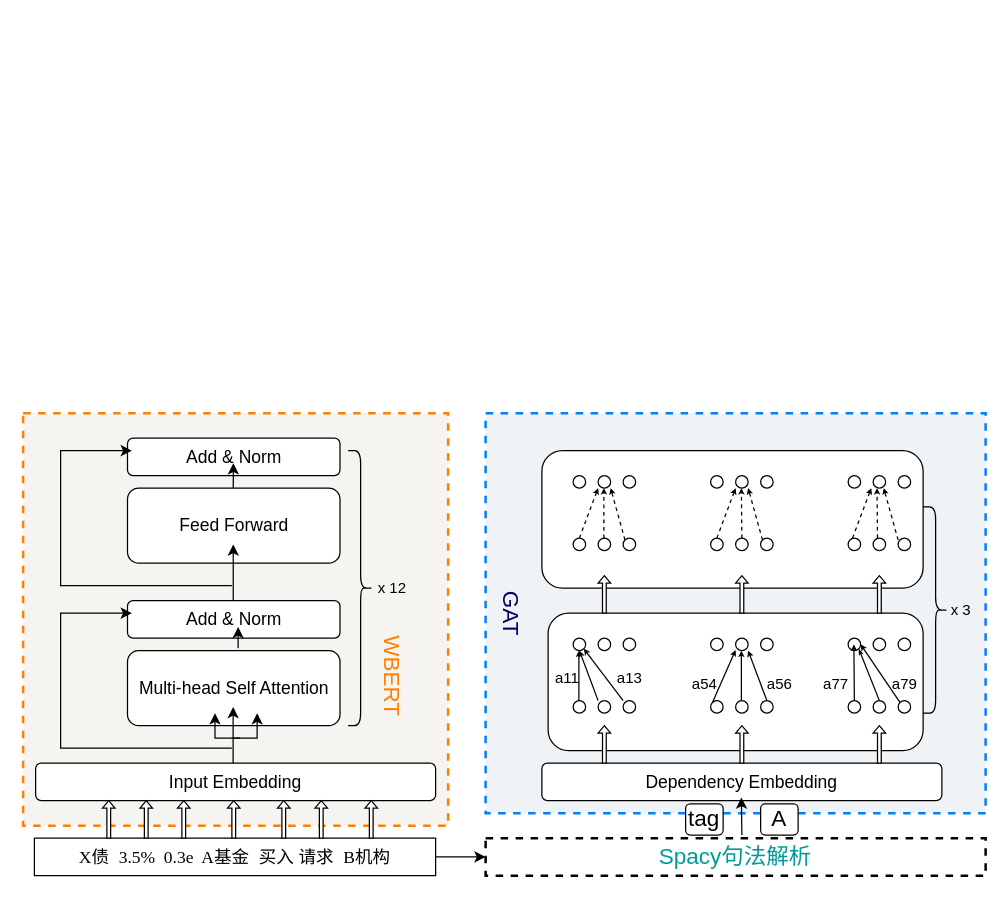
Above: 一种句法依存的现券交易对手方识别装置.drawio in Zoisaang/test1 (draw.io), before the change. Source tidied: cells renumbered, new cells numbered last; positions are measured from the earlier drawing's top-left corner, leaving out a move shared by most shapes. Both pictures are drawn from the tidied source at 125%, with x=0, y=0 at pixel (22, 412).
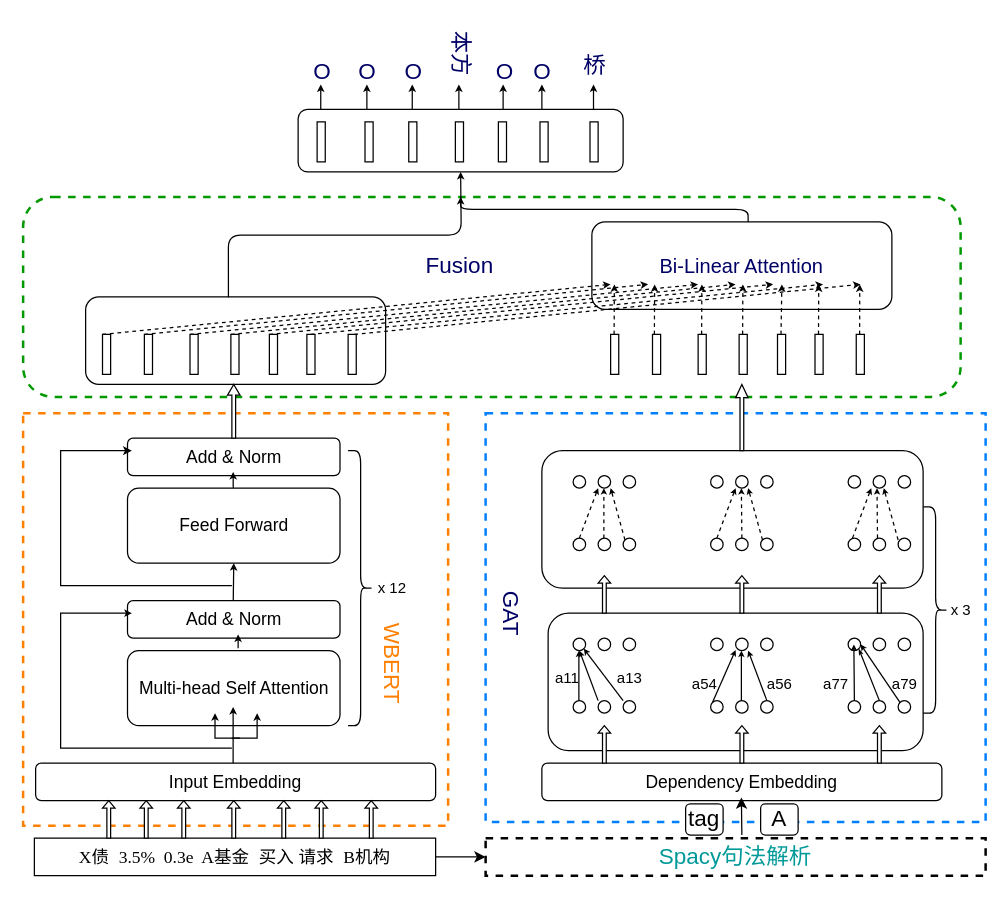
The same page after the edit.

Commit message (it also covers changes not shown here):
Update 一种句法依存的现券交易对手方识别装置.drawio

The change refers to these unchanged cells:
```xml
<mxCell id="22" value="Feed Forward" style="rounded=1;whiteSpace=wrap;html=1;fontSize=14;strokeWidth=1;" parent="1" vertex="1">
  <mxGeometry x="83.5" y="60" width="170" height="60" as="geometry" />
</mxCell>
```

Change to the diagram source:
```diff
@@
+    <mxCell id="106" style="rounded=1;whiteSpace=wrap;html=1;sketch=0;fontSize=16;fontColor=#000066;strokeColor=#009900;strokeWidth=2;fillColor=#FFFFFF;dashed=1;" parent="1" vertex="1">
+      <mxGeometry y="-173" width="750" height="160" as="geometry" />
+    </mxCell>
+    <mxCell id="107" style="rounded=1;whiteSpace=wrap;html=1;sketch=0;fontSize=16;fontColor=#000066;strokeColor=#000000;strokeWidth=1;fillColor=#FFFFFF;" parent="1" vertex="1">
+      <mxGeometry x="220" y="-243" width="260" height="50" as="geometry" />
+    </mxCell>
+    <mxCell id="108" style="rounded=1;whiteSpace=wrap;html=1;sketch=0;fontSize=16;fontColor=#000066;strokeColor=#000000;strokeWidth=1;fillColor=#FFFFFF;" parent="1" vertex="1">
+      <mxGeometry x="50" y="-93" width="240" height="70" as="geometry" />
+    </mxCell>
+    <mxCell id="109" value="&lt;font style=&quot;font-size: 16px&quot;&gt;Bi-Linear Attention&lt;/font&gt;" style="rounded=1;whiteSpace=wrap;html=1;sketch=0;fontSize=12;fontColor=#000066;strokeColor=#000000;strokeWidth=1;fillColor=#FFFFFF;" parent="1" vertex="1">
+      <mxGeometry x="455" y="-153" width="240" height="70" as="geometry" />
+    </mxCell>
-    <mxCell id="2" style="rounded=0;whiteSpace=wrap;html=1;sketch=0;fontSize=18;dashed=1;strokeWidth=2;fillColor=#F0F3F5;strokeColor=#007FFF;fontColor=#333333;" parent="1" vertex="1">
-      <mxGeometry x="370" width="400" height="320" as="geometry" />
+    <mxCell id="2" style="rounded=0;whiteSpace=wrap;html=1;sketch=0;fontSize=18;dashed=1;strokeWidth=2;fillColor=#FFFFFF;strokeColor=#007FFF;fontColor=#333333;" parent="1" vertex="1">
+      <mxGeometry x="370" width="400" height="327" as="geometry" />
     </mxCell>
@@
-    <mxCell id="4" style="rounded=0;whiteSpace=wrap;html=1;sketch=0;fontSize=18;dashed=1;strokeWidth=2;fillColor=#F5F4F0;strokeColor=#FF8000;fontColor=#333333;" parent="1" vertex="1">
+    <mxCell id="4" style="rounded=0;whiteSpace=wrap;html=1;sketch=0;fontSize=18;dashed=1;strokeWidth=2;fillColor=#FFFFFF;strokeColor=#FF8000;fontColor=#333333;" parent="1" vertex="1">
       <mxGeometry width="340" height="330" as="geometry" />
     </mxCell>
@@
-    <mxCell id="17" style="edgeStyle=elbowEdgeStyle;elbow=horizontal;endArrow=classic;html=1;rounded=0;fontSize=14;exitX=0;exitY=0;exitDx=12;exitDy=3.5;exitPerimeter=0;" parent="1" edge="1">
+    <mxCell id="17" style="edgeStyle=elbowEdgeStyle;elbow=horizontal;endArrow=classic;html=1;rounded=0;fontSize=14;exitX=0;exitY=0;exitDx=12;exitDy=3.5;exitPerimeter=0;endSize=3;" parent="1" edge="1">
       <mxGeometry relative="1" as="geometry">
         <mxPoint x="167" y="268" as="sourcePoint" />
         <mxPoint x="87" y="160" as="targetPoint" />
         <Array as="points">
           <mxPoint x="30" y="180" />
           <mxPoint x="60" y="160" />
           <mxPoint x="40" y="180" />
           <mxPoint x="60" y="170" />
           <mxPoint x="63.5" y="190" />
         </Array>
       </mxGeometry>
     </mxCell>
-    <mxCell id="18" style="endArrow=classic;html=1;rounded=0;fontSize=14;" parent="1" edge="1">
+    <mxCell id="18" style="endArrow=classic;html=1;rounded=0;fontSize=14;endSize=3;" parent="1" edge="1">
       <mxGeometry relative="1" as="geometry">
         <mxPoint x="168" y="280" as="sourcePoint" />
         <mxPoint x="168" y="235" as="targetPoint" />
       </mxGeometry>
     </mxCell>
-    <mxCell id="19" style="edgeStyle=segmentEdgeStyle;endArrow=classic;html=1;rounded=0;fontSize=14;endSize=6;" parent="1" edge="1">
+    <mxCell id="19" style="edgeStyle=segmentEdgeStyle;endArrow=classic;html=1;rounded=0;fontSize=14;endSize=3;" parent="1" edge="1">
       <mxGeometry relative="1" as="geometry">
         <mxPoint x="166.8" y="260" as="sourcePoint" />
         <mxPoint x="187.2" y="240" as="targetPoint" />
       </mxGeometry>
     </mxCell>
-    <mxCell id="20" style="edgeStyle=segmentEdgeStyle;endArrow=classic;html=1;rounded=0;fontSize=14;endSize=6;" parent="1" edge="1">
+    <mxCell id="20" style="edgeStyle=segmentEdgeStyle;endArrow=classic;html=1;rounded=0;fontSize=14;endSize=3;" parent="1" edge="1">
       <mxGeometry relative="1" as="geometry">
         <mxPoint x="173.5" y="260" as="sourcePoint" />
         <mxPoint x="153.5" y="240" as="targetPoint" />
       </mxGeometry>
     </mxCell>
-    <mxCell id="21" style="endArrow=classic;html=1;rounded=0;fontSize=14;endSize=6;targetPerimeterSpacing=10;sourcePerimeterSpacing=10;jumpStyle=sharp;jumpSize=16;" parent="1" edge="1">
+    <mxCell id="21" style="endArrow=classic;html=1;rounded=0;fontSize=14;endSize=3;targetPerimeterSpacing=10;sourcePerimeterSpacing=10;jumpStyle=sharp;jumpSize=16;" parent="1" edge="1">
       <mxGeometry relative="1" as="geometry">
         <mxPoint x="172" y="188" as="sourcePoint" />
-        <mxPoint x="172" y="171" as="targetPoint" />
+        <mxPoint x="172" y="177" as="targetPoint" />
       </mxGeometry>
     </mxCell>
@@
-    <mxCell id="23" style="endArrow=classic;html=1;rounded=0;fontSize=14;" parent="1" edge="1">
+    <mxCell id="23" style="endArrow=classic;html=1;rounded=0;fontSize=14;endSize=3;entryX=0.5;entryY=1;entryDx=0;entryDy=0;" parent="1" edge="1" target="22">
       <mxGeometry relative="1" as="geometry">
         <mxPoint x="168.1" y="150" as="sourcePoint" />
-        <mxPoint x="168.1" y="105" as="targetPoint" />
       </mxGeometry>
     </mxCell>
@@
-    <mxCell id="25" style="endArrow=classic;html=1;rounded=0;fontSize=14;endSize=6;sourcePerimeterSpacing=10;targetPerimeterSpacing=10;elbow=vertical;jumpStyle=sharp;jumpSize=16;" parent="1" edge="1">
+    <mxCell id="25" style="endArrow=classic;html=1;rounded=0;fontSize=14;endSize=3;sourcePerimeterSpacing=10;targetPerimeterSpacing=10;elbow=vertical;jumpStyle=sharp;jumpSize=16;" parent="1" edge="1">
       <mxGeometry relative="1" as="geometry">
         <mxPoint x="168.1" y="60" as="sourcePoint" />
-        <mxPoint x="168.2" y="40" as="targetPoint" />
+        <mxPoint x="168" y="47" as="targetPoint" />
       </mxGeometry>
     </mxCell>
-    <mxCell id="26" style="edgeStyle=elbowEdgeStyle;elbow=horizontal;endArrow=classic;html=1;rounded=0;fontSize=14;exitX=0;exitY=0;exitDx=12;exitDy=3.5;exitPerimeter=0;" parent="1" edge="1">
+    <mxCell id="26" style="edgeStyle=elbowEdgeStyle;elbow=horizontal;endArrow=classic;html=1;rounded=0;fontSize=14;exitX=0;exitY=0;exitDx=12;exitDy=3.5;exitPerimeter=0;endSize=4;" parent="1" edge="1">
       <mxGeometry relative="1" as="geometry">
         <mxPoint x="167" y="138" as="sourcePoint" />
         <mxPoint x="87" y="30" as="targetPoint" />
         <Array as="points">
           <mxPoint x="30" y="50" />
           <mxPoint x="60" y="30" />
           <mxPoint x="40" y="50" />
           <mxPoint x="60" y="40" />
           <mxPoint x="63.5" y="60" />
         </Array>
       </mxGeometry>
     </mxCell>
@@
     <mxCell id="29" value="&lt;font style=&quot;font-size: 18px&quot; color=&quot;#ff8000&quot;&gt;WBERT&lt;/font&gt;" style="text;html=1;align=center;verticalAlign=middle;fillColor=none;strokeColor=none;rounded=0;sketch=0;rotation=90;" parent="1" vertex="1">
-      <mxGeometry x="255" y="200" width="80" height="20" as="geometry" />
+      <mxGeometry x="255" y="190" width="80" height="20" as="geometry" />
     </mxCell>
@@
+    <mxCell id="110" style="shape=singleArrow;direction=north;whiteSpace=wrap;html=1;fontSize=14;strokeWidth=1;" parent="1" vertex="1">
+      <mxGeometry x="163.5" y="-23" width="10" height="43" as="geometry" />
+    </mxCell>
+    <mxCell id="111" style="shape=singleArrow;direction=north;whiteSpace=wrap;html=1;fontSize=14;strokeWidth=1;" parent="1" vertex="1">
+      <mxGeometry x="570" y="-23" width="10" height="53" as="geometry" />
+    </mxCell>
+    <mxCell id="112" style="rounded=0;whiteSpace=wrap;html=1;sketch=0;fontSize=12;fontColor=#000066;strokeColor=#000000;strokeWidth=1;fillColor=#FFFFFF;" parent="1" vertex="1">
+      <mxGeometry x="63.5" y="-63" width="6.5" height="32" as="geometry" />
+    </mxCell>
+    <mxCell id="113" style="rounded=0;whiteSpace=wrap;html=1;sketch=0;fontSize=12;fontColor=#000066;strokeColor=#000000;strokeWidth=1;fillColor=#FFFFFF;" parent="1" vertex="1">
+      <mxGeometry x="97" y="-63" width="6.5" height="32" as="geometry" />
+    </mxCell>
+    <mxCell id="114" style="rounded=0;whiteSpace=wrap;html=1;sketch=0;fontSize=12;fontColor=#000066;strokeColor=#000000;strokeWidth=1;fillColor=#FFFFFF;" parent="1" vertex="1">
+      <mxGeometry x="133.5" y="-63" width="6.5" height="32" as="geometry" />
+    </mxCell>
+    <mxCell id="115" style="rounded=0;whiteSpace=wrap;html=1;sketch=0;fontSize=12;fontColor=#000066;strokeColor=#000000;strokeWidth=1;fillColor=#FFFFFF;" parent="1" vertex="1">
+      <mxGeometry x="166.2" y="-63" width="6.5" height="32" as="geometry" />
+    </mxCell>
+    <mxCell id="116" style="rounded=0;whiteSpace=wrap;html=1;sketch=0;fontSize=12;fontColor=#000066;strokeColor=#000000;strokeWidth=1;fillColor=#FFFFFF;" parent="1" vertex="1">
+      <mxGeometry x="197" y="-63" width="6.5" height="32" as="geometry" />
+    </mxCell>
+    <mxCell id="117" style="rounded=0;whiteSpace=wrap;html=1;sketch=0;fontSize=12;fontColor=#000066;strokeColor=#000000;strokeWidth=1;fillColor=#FFFFFF;" parent="1" vertex="1">
+      <mxGeometry x="227" y="-63" width="6.5" height="32" as="geometry" />
+    </mxCell>
+    <mxCell id="118" style="rounded=0;whiteSpace=wrap;html=1;sketch=0;fontSize=12;fontColor=#000066;strokeColor=#000000;strokeWidth=1;fillColor=#FFFFFF;" parent="1" vertex="1">
+      <mxGeometry x="260" y="-63" width="6.5" height="32" as="geometry" />
+    </mxCell>
+    <mxCell id="119" style="rounded=0;whiteSpace=wrap;html=1;sketch=0;fontSize=12;fontColor=#000066;strokeColor=#000000;strokeWidth=1;fillColor=#FFFFFF;" parent="1" vertex="1">
+      <mxGeometry x="470" y="-63" width="6.5" height="32" as="geometry" />
+    </mxCell>
+    <mxCell id="120" style="rounded=0;whiteSpace=wrap;html=1;sketch=0;fontSize=12;fontColor=#000066;strokeColor=#000000;strokeWidth=1;fillColor=#FFFFFF;" parent="1" vertex="1">
+      <mxGeometry x="503.5" y="-63" width="6.5" height="32" as="geometry" />
+    </mxCell>
+    <mxCell id="121" style="rounded=0;whiteSpace=wrap;html=1;sketch=0;fontSize=12;fontColor=#000066;strokeColor=#000000;strokeWidth=1;fillColor=#FFFFFF;" parent="1" vertex="1">
+      <mxGeometry x="540" y="-63" width="6.5" height="32" as="geometry" />
+    </mxCell>
+    <mxCell id="122" style="rounded=0;whiteSpace=wrap;html=1;sketch=0;fontSize=12;fontColor=#000066;strokeColor=#000000;strokeWidth=1;fillColor=#FFFFFF;" parent="1" vertex="1">
+      <mxGeometry x="572.8" y="-63" width="6.5" height="32" as="geometry" />
+    </mxCell>
+    <mxCell id="123" style="rounded=0;whiteSpace=wrap;html=1;sketch=0;fontSize=12;fontColor=#000066;strokeColor=#000000;strokeWidth=1;fillColor=#FFFFFF;" parent="1" vertex="1">
+      <mxGeometry x="603.5" y="-63" width="6.5" height="32" as="geometry" />
+    </mxCell>
+    <mxCell id="124" style="rounded=0;whiteSpace=wrap;html=1;sketch=0;fontSize=12;fontColor=#000066;strokeColor=#000000;strokeWidth=1;fillColor=#FFFFFF;" parent="1" vertex="1">
+      <mxGeometry x="633.5" y="-63" width="6.5" height="32" as="geometry" />
+    </mxCell>
+    <mxCell id="125" style="rounded=0;whiteSpace=wrap;html=1;sketch=0;fontSize=12;fontColor=#000066;strokeColor=#000000;strokeWidth=1;fillColor=#FFFFFF;" parent="1" vertex="1">
+      <mxGeometry x="666.5" y="-63" width="6.5" height="32" as="geometry" />
+    </mxCell>
+    <mxCell id="126" style="endArrow=classic;html=1;rounded=1;dashed=1;sketch=0;fontSize=12;fontColor=#000066;endSize=3;elbow=vertical;" parent="1" edge="1">
+      <mxGeometry relative="1" as="geometry">
+        <mxPoint x="472.8" y="-63" as="sourcePoint" />
+        <mxPoint x="473" y="-103" as="targetPoint" />
+      </mxGeometry>
+    </mxCell>
+    <mxCell id="127" style="endArrow=classic;html=1;rounded=1;dashed=1;sketch=0;fontSize=12;fontColor=#000066;endSize=3;elbow=vertical;" parent="1" edge="1">
+      <mxGeometry relative="1" as="geometry">
+        <mxPoint x="63.5" y="-63" as="sourcePoint" />
+        <mxPoint x="470" y="-103" as="targetPoint" />
+      </mxGeometry>
+    </mxCell>
+    <mxCell id="128" style="endArrow=classic;html=1;rounded=1;dashed=1;sketch=0;fontSize=12;fontColor=#000066;endSize=3;elbow=vertical;" parent="1" edge="1">
+      <mxGeometry relative="1" as="geometry">
+        <mxPoint x="505" y="-63" as="sourcePoint" />
+        <mxPoint x="505.2" y="-103" as="targetPoint" />
+      </mxGeometry>
+    </mxCell>
+    <mxCell id="129" style="endArrow=classic;html=1;rounded=1;dashed=1;sketch=0;fontSize=12;fontColor=#000066;endSize=3;elbow=vertical;" parent="1" edge="1">
+      <mxGeometry relative="1" as="geometry">
+        <mxPoint x="542.8" y="-63" as="sourcePoint" />
+        <mxPoint x="543" y="-103" as="targetPoint" />
+      </mxGeometry>
+    </mxCell>
+    <mxCell id="130" style="endArrow=classic;html=1;rounded=1;dashed=1;sketch=0;fontSize=12;fontColor=#000066;endSize=3;elbow=vertical;" parent="1" edge="1">
+      <mxGeometry relative="1" as="geometry">
+        <mxPoint x="575.6" y="-63" as="sourcePoint" />
+        <mxPoint x="575.8" y="-103" as="targetPoint" />
+      </mxGeometry>
+    </mxCell>
+    <mxCell id="131" style="endArrow=classic;html=1;rounded=1;dashed=1;sketch=0;fontSize=12;fontColor=#000066;endSize=3;elbow=vertical;" parent="1" edge="1">
+      <mxGeometry relative="1" as="geometry">
+        <mxPoint x="606.3" y="-63" as="sourcePoint" />
+        <mxPoint x="607" y="-103" as="targetPoint" />
+      </mxGeometry>
+    </mxCell>
+    <mxCell id="132" style="endArrow=classic;html=1;rounded=1;dashed=1;sketch=0;fontSize=12;fontColor=#000066;endSize=3;elbow=vertical;" parent="1" edge="1">
+      <mxGeometry relative="1" as="geometry">
+        <mxPoint x="636.3" y="-63" as="sourcePoint" />
+        <mxPoint x="636.5" y="-103" as="targetPoint" />
+      </mxGeometry>
+    </mxCell>
+    <mxCell id="133" style="endArrow=classic;html=1;rounded=1;dashed=1;sketch=0;fontSize=12;fontColor=#000066;endSize=3;elbow=vertical;" parent="1" edge="1">
+      <mxGeometry relative="1" as="geometry">
+        <mxPoint x="669.2" y="-63" as="sourcePoint" />
+        <mxPoint x="669.3" y="-103" as="targetPoint" />
+      </mxGeometry>
+    </mxCell>
+    <mxCell id="134" style="endArrow=classic;html=1;rounded=1;dashed=1;sketch=0;fontSize=12;fontColor=#000066;endSize=3;elbow=vertical;" parent="1" edge="1">
+      <mxGeometry relative="1" as="geometry">
+        <mxPoint x="97" y="-63" as="sourcePoint" />
+        <mxPoint x="500" y="-103" as="targetPoint" />
+      </mxGeometry>
+    </mxCell>
+    <mxCell id="135" style="endArrow=classic;html=1;rounded=1;dashed=1;sketch=0;fontSize=12;fontColor=#000066;endSize=3;elbow=vertical;" parent="1" edge="1">
+      <mxGeometry relative="1" as="geometry">
+        <mxPoint x="133.5" y="-63" as="sourcePoint" />
+        <mxPoint x="540" y="-103" as="targetPoint" />
+      </mxGeometry>
+    </mxCell>
+    <mxCell id="136" style="endArrow=classic;html=1;rounded=1;dashed=1;sketch=0;fontSize=12;fontColor=#000066;endSize=3;elbow=vertical;" parent="1" edge="1">
+      <mxGeometry relative="1" as="geometry">
+        <mxPoint x="166.2" y="-63" as="sourcePoint" />
+        <mxPoint x="570" y="-103" as="targetPoint" />
+      </mxGeometry>
+    </mxCell>
+    <mxCell id="137" style="endArrow=classic;html=1;rounded=1;dashed=1;sketch=0;fontSize=12;fontColor=#000066;endSize=3;elbow=vertical;" parent="1" edge="1">
+      <mxGeometry relative="1" as="geometry">
+        <mxPoint x="197" y="-63" as="sourcePoint" />
+        <mxPoint x="600" y="-103" as="targetPoint" />
+      </mxGeometry>
+    </mxCell>
+    <mxCell id="138" style="endArrow=classic;html=1;rounded=1;dashed=1;sketch=0;fontSize=12;fontColor=#000066;endSize=3;elbow=vertical;" parent="1" edge="1">
+      <mxGeometry relative="1" as="geometry">
+        <mxPoint x="230" y="-63" as="sourcePoint" />
+        <mxPoint x="640" y="-103" as="targetPoint" />
+      </mxGeometry>
+    </mxCell>
+    <mxCell id="139" style="endArrow=classic;html=1;rounded=1;dashed=1;sketch=0;fontSize=12;fontColor=#000066;endSize=3;elbow=vertical;" parent="1" edge="1">
+      <mxGeometry relative="1" as="geometry">
+        <mxPoint x="265" y="-63" as="sourcePoint" />
+        <mxPoint x="670" y="-103" as="targetPoint" />
+      </mxGeometry>
+    </mxCell>
+    <mxCell id="140" style="elbow=horizontal;endArrow=classic;html=1;rounded=1;sketch=0;fontSize=16;fontColor=#000066;endSize=3;edgeStyle=orthogonalEdgeStyle;exitX=0.476;exitY=0.005;exitDx=0;exitDy=0;exitPerimeter=0;" parent="1" edge="1" source="108">
+      <mxGeometry relative="1" as="geometry">
+        <mxPoint x="350" y="-193" as="targetPoint" />
+      </mxGeometry>
+    </mxCell>
+    <mxCell id="141" style="edgeStyle=elbowEdgeStyle;elbow=vertical;endArrow=classic;html=1;rounded=1;sketch=0;fontSize=16;fontColor=#000066;endSize=3;" parent="1" edge="1">
+      <mxGeometry relative="1" as="geometry">
+        <mxPoint x="580" y="-153" as="sourcePoint" />
+        <mxPoint x="350" y="-173" as="targetPoint" />
+      </mxGeometry>
+    </mxCell>
+    <mxCell id="142" style="rounded=0;whiteSpace=wrap;html=1;sketch=0;fontSize=12;fontColor=#000066;strokeColor=#000000;strokeWidth=1;fillColor=#FFFFFF;" parent="1" vertex="1">
+      <mxGeometry x="345.8" y="-233" width="6.5" height="32" as="geometry" />
+    </mxCell>
+    <mxCell id="143" style="rounded=0;whiteSpace=wrap;html=1;sketch=0;fontSize=12;fontColor=#000066;strokeColor=#000000;strokeWidth=1;fillColor=#FFFFFF;" parent="1" vertex="1">
+      <mxGeometry x="380.2" y="-233" width="6.5" height="32" as="geometry" />
+    </mxCell>
+    <mxCell id="144" style="rounded=0;whiteSpace=wrap;html=1;sketch=0;fontSize=12;fontColor=#000066;strokeColor=#000000;strokeWidth=1;fillColor=#FFFFFF;" parent="1" vertex="1">
+      <mxGeometry x="413.5" y="-233" width="6.5" height="32" as="geometry" />
+    </mxCell>
+    <mxCell id="145" style="rounded=0;whiteSpace=wrap;html=1;sketch=0;fontSize=12;fontColor=#000066;strokeColor=#000000;strokeWidth=1;fillColor=#FFFFFF;" parent="1" vertex="1">
+      <mxGeometry x="308.5" y="-233" width="6.5" height="32" as="geometry" />
+    </mxCell>
+    <mxCell id="146" style="rounded=0;whiteSpace=wrap;html=1;sketch=0;fontSize=12;fontColor=#000066;strokeColor=#000000;strokeWidth=1;fillColor=#FFFFFF;" parent="1" vertex="1">
+      <mxGeometry x="453.5" y="-233" width="6.5" height="32" as="geometry" />
+    </mxCell>
+    <mxCell id="147" style="rounded=0;whiteSpace=wrap;html=1;sketch=0;fontSize=12;fontColor=#000066;strokeColor=#000000;strokeWidth=1;fillColor=#FFFFFF;" parent="1" vertex="1">
+      <mxGeometry x="273.5" y="-233" width="6.5" height="32" as="geometry" />
+    </mxCell>
+    <mxCell id="148" style="rounded=0;whiteSpace=wrap;html=1;sketch=0;fontSize=12;fontColor=#000066;strokeColor=#000000;strokeWidth=1;fillColor=#FFFFFF;" parent="1" vertex="1">
+      <mxGeometry x="235.2" y="-233" width="6.5" height="32" as="geometry" />
+    </mxCell>
+    <mxCell id="149" value="&lt;font style=&quot;font-size: 18px&quot;&gt;Fusion&lt;/font&gt;" style="text;html=1;align=center;verticalAlign=middle;fillColor=none;strokeColor=none;rounded=0;dashed=1;sketch=0;fontSize=16;fontColor=#000066;" parent="1" vertex="1">
+      <mxGeometry x="314" y="-133" width="70" height="30" as="geometry" />
+    </mxCell>
+    <mxCell id="150" style="endArrow=classic;html=1;rounded=1;sketch=0;fontSize=18;fontColor=#000066;endSize=3;elbow=vertical;" parent="1" edge="1">
+      <mxGeometry relative="1" as="geometry">
+        <mxPoint x="238.1" y="-243" as="sourcePoint" />
+        <mxPoint x="238.1" y="-263" as="targetPoint" />
+      </mxGeometry>
+    </mxCell>
+    <mxCell id="151" style="endArrow=classic;html=1;rounded=1;sketch=0;fontSize=18;fontColor=#000066;endSize=3;elbow=vertical;" parent="1" edge="1">
+      <mxGeometry relative="1" as="geometry">
+        <mxPoint x="275" y="-243" as="sourcePoint" />
+        <mxPoint x="275" y="-263" as="targetPoint" />
+      </mxGeometry>
+    </mxCell>
+    <mxCell id="152" style="endArrow=classic;html=1;rounded=1;sketch=0;fontSize=18;fontColor=#000066;endSize=3;elbow=vertical;" parent="1" edge="1">
+      <mxGeometry relative="1" as="geometry">
+        <mxPoint x="311.3" y="-243" as="sourcePoint" />
+        <mxPoint x="311.3" y="-263" as="targetPoint" />
+      </mxGeometry>
+    </mxCell>
+    <mxCell id="153" style="endArrow=classic;html=1;rounded=1;sketch=0;fontSize=18;fontColor=#000066;endSize=3;elbow=vertical;" parent="1" edge="1">
+      <mxGeometry relative="1" as="geometry">
+        <mxPoint x="348.6" y="-243" as="sourcePoint" />
+        <mxPoint x="348.6" y="-263" as="targetPoint" />
+      </mxGeometry>
+    </mxCell>
+    <mxCell id="154" style="endArrow=classic;html=1;rounded=1;sketch=0;fontSize=18;fontColor=#000066;endSize=3;elbow=vertical;" parent="1" edge="1">
+      <mxGeometry relative="1" as="geometry">
+        <mxPoint x="384" y="-243" as="sourcePoint" />
+        <mxPoint x="384" y="-263" as="targetPoint" />
+      </mxGeometry>
+    </mxCell>
+    <mxCell id="155" style="endArrow=classic;html=1;rounded=1;sketch=0;fontSize=18;fontColor=#000066;endSize=3;elbow=vertical;" parent="1" edge="1">
+      <mxGeometry relative="1" as="geometry">
+        <mxPoint x="415" y="-243" as="sourcePoint" />
+        <mxPoint x="415" y="-263" as="targetPoint" />
+      </mxGeometry>
+    </mxCell>
+    <mxCell id="156" style="endArrow=classic;html=1;rounded=1;sketch=0;fontSize=18;fontColor=#000066;endSize=3;elbow=vertical;" parent="1" edge="1">
+      <mxGeometry relative="1" as="geometry">
+        <mxPoint x="456.3" y="-243" as="sourcePoint" />
+        <mxPoint x="456.3" y="-263" as="targetPoint" />
+      </mxGeometry>
+    </mxCell>
+    <mxCell id="157" value="O" style="text;html=1;align=center;verticalAlign=middle;fillColor=none;strokeColor=none;rounded=0;dashed=1;sketch=0;fontSize=18;fontColor=#000066;" parent="1" vertex="1">
+      <mxGeometry x="223.5" y="-288" width="30" height="30" as="geometry" />
+    </mxCell>
+    <mxCell id="158" value="O" style="text;html=1;align=center;verticalAlign=middle;fillColor=none;strokeColor=none;rounded=0;dashed=1;sketch=0;fontSize=18;fontColor=#000066;" parent="1" vertex="1">
+      <mxGeometry x="260" y="-288" width="30" height="30" as="geometry" />
+    </mxCell>
+    <mxCell id="159" value="O" style="text;html=1;align=center;verticalAlign=middle;fillColor=none;strokeColor=none;rounded=0;dashed=1;sketch=0;fontSize=18;fontColor=#000066;" parent="1" vertex="1">
+      <mxGeometry x="296.8" y="-288" width="30" height="30" as="geometry" />
+    </mxCell>
+    <mxCell id="160" value="本方" style="text;html=1;align=center;verticalAlign=middle;fillColor=none;strokeColor=none;rounded=0;dashed=1;sketch=0;fontSize=18;fontColor=#000066;rotation=90;" parent="1" vertex="1">
+      <mxGeometry x="325" y="-303" width="50" height="30" as="geometry" />
+    </mxCell>
+    <mxCell id="161" value="O" style="text;html=1;align=center;verticalAlign=middle;fillColor=none;strokeColor=none;rounded=0;dashed=1;sketch=0;fontSize=18;fontColor=#000066;" parent="1" vertex="1">
+      <mxGeometry x="370" y="-288" width="30" height="30" as="geometry" />
+    </mxCell>
+    <mxCell id="162" value="O" style="text;html=1;align=center;verticalAlign=middle;fillColor=none;strokeColor=none;rounded=0;dashed=1;sketch=0;fontSize=18;fontColor=#000066;" parent="1" vertex="1">
+      <mxGeometry x="400" y="-288" width="30" height="30" as="geometry" />
+    </mxCell>
+    <mxCell id="163" value="桥" style="text;html=1;align=center;verticalAlign=middle;fillColor=none;strokeColor=none;rounded=0;dashed=1;sketch=0;fontSize=18;fontColor=#000066;rotation=0;" parent="1" vertex="1">
+      <mxGeometry x="441.8" y="-293" width="30" height="30" as="geometry" />
+    </mxCell>
```
